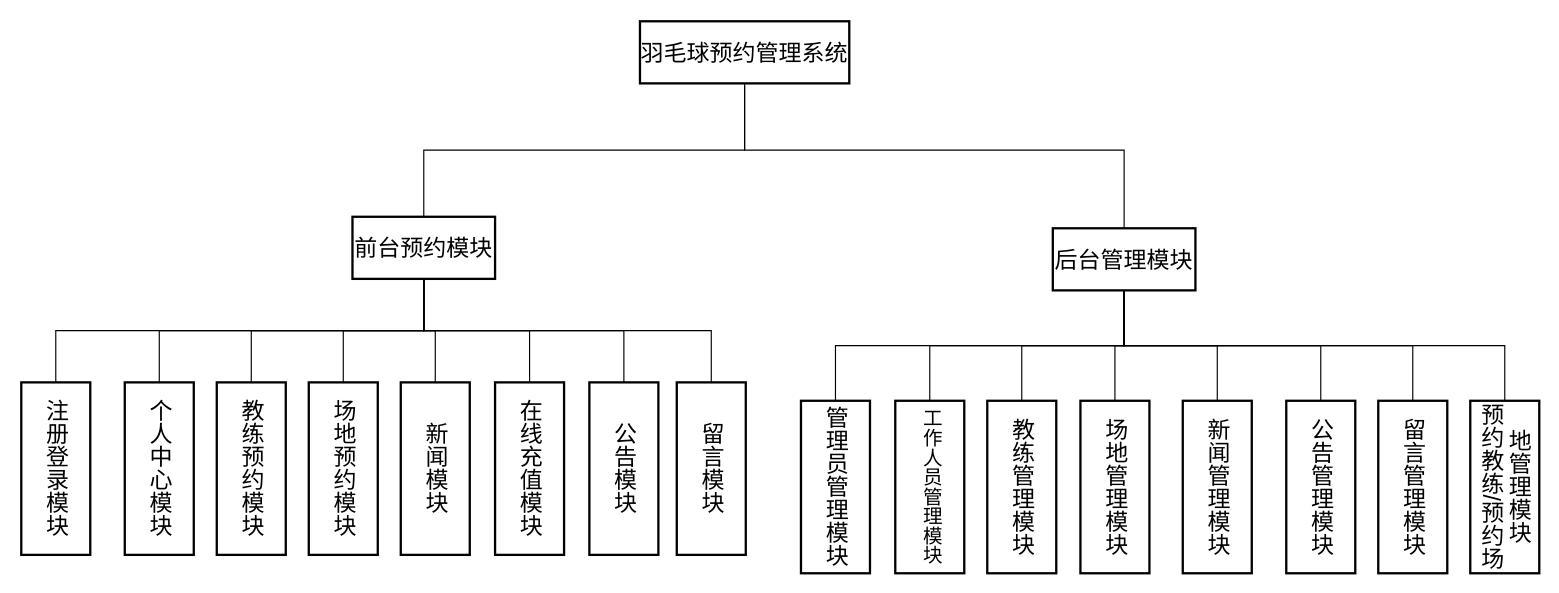
The draw.io diagram page "第 5 页" (5 of 9) of 未命名绘图.drawio in 194568/test1, before the edit. Source tidied: cells renumbered, new cells numbered last; positions are measured from the earlier drawing's top-left corner, leaving out a move shared by most shapes. Both pictures are drawn from the tidied source at 115%, with x=0, y=0 at pixel (21, 21).
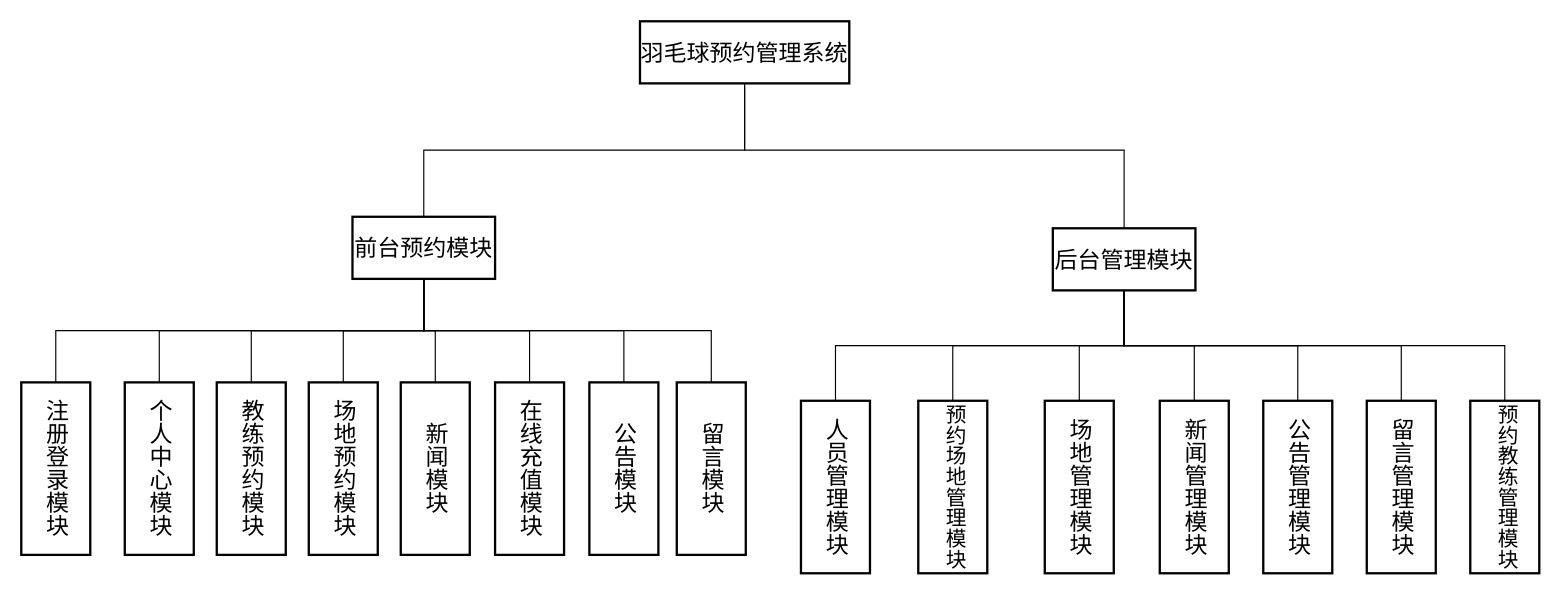
The same page after the edit.

Unchanged cells that the change refers to:
```xml
<mxCell id="22" value="后台管理模块" style="whiteSpace=wrap;strokeWidth=2;fontSize=20;" parent="1" vertex="1">
  <mxGeometry x="897" y="180" width="124" height="54" as="geometry" />
</mxCell>
```

Change to the diagram source:
```diff
@@
-    <mxCell id="14" style="edgeStyle=orthogonalEdgeStyle;rounded=0;jettySize=auto;html=1;entryX=0.5;entryY=0;entryDx=0;entryDy=0;exitX=0.5;exitY=1;exitDx=0;exitDy=0;endArrow=none;endFill=0;" parent="1" edge="1" source="22" target="29">
-      <mxGeometry relative="1" as="geometry" />
-    </mxCell>
-    <mxCell id="15" style="edgeStyle=orthogonalEdgeStyle;rounded=0;jettySize=auto;html=1;entryX=0.5;entryY=0;entryDx=0;entryDy=0;exitX=0.5;exitY=1;exitDx=0;exitDy=0;endArrow=none;endFill=0;" parent="1" edge="1" source="22" target="30">
+    <mxCell id="15" style="edgeStyle=orthogonalEdgeStyle;rounded=0;jettySize=auto;html=1;entryX=0.5;entryY=0;entryDx=0;entryDy=0;exitX=0.5;exitY=1;exitDx=0;exitDy=0;endArrow=none;endFill=0;" parent="1" edge="1" source="22" target="39">
       <mxGeometry relative="1" as="geometry" />
     </mxCell>
@@
-    <mxCell id="29" value="工作人员管理模块" style="whiteSpace=wrap;strokeWidth=2;textDirection=vertical-lr;fontSize=17;" parent="1" vertex="1">
-      <mxGeometry x="760" y="330" width="60" height="150" as="geometry" />
-    </mxCell>
-    <mxCell id="30" value="教练管理模块" style="whiteSpace=wrap;strokeWidth=2;textDirection=vertical-lr;fontSize=20;" parent="1" vertex="1">
-      <mxGeometry x="840" y="330" width="60" height="150" as="geometry" />
-    </mxCell>
     <mxCell id="31" value="场地管理模块" style="whiteSpace=wrap;strokeWidth=2;textDirection=vertical-lr;fontSize=20;" parent="1" vertex="1">
-      <mxGeometry x="921" y="330" width="60" height="150" as="geometry" />
+      <mxGeometry x="890" y="330" width="60" height="150" as="geometry" />
     </mxCell>
@@
-    <mxCell id="33" value="管理员管理模块" style="whiteSpace=wrap;strokeWidth=2;textDirection=vertical-lr;fontSize=20;" parent="1" vertex="1">
+    <mxCell id="33" value="人员管理模块" style="whiteSpace=wrap;strokeWidth=2;textDirection=vertical-lr;fontSize=20;" parent="1" vertex="1">
       <mxGeometry x="678" y="330" width="60" height="150" as="geometry" />
     </mxCell>
     <mxCell id="34" value="新闻管理模块" style="whiteSpace=wrap;strokeWidth=2;textDirection=vertical-lr;fontSize=20;" parent="1" vertex="1">
-      <mxGeometry x="1010" y="330" width="60" height="150" as="geometry" />
+      <mxGeometry x="990" y="330" width="60" height="150" as="geometry" />
     </mxCell>
@@
     <mxCell id="36" value="公告管理模块" style="whiteSpace=wrap;strokeWidth=2;textDirection=vertical-lr;fontSize=20;" parent="1" vertex="1">
-      <mxGeometry x="1100" y="330" width="60" height="150" as="geometry" />
+      <mxGeometry x="1080" y="330" width="60" height="150" as="geometry" />
     </mxCell>
     <mxCell id="37" value="留言管理模块" style="whiteSpace=wrap;strokeWidth=2;textDirection=vertical-lr;fontSize=20;" parent="1" vertex="1">
-      <mxGeometry x="1180" y="330" width="60" height="150" as="geometry" />
+      <mxGeometry x="1170" y="330" width="60" height="150" as="geometry" />
     </mxCell>
-    <mxCell id="38" value="预约教练/预约场地管理模块" style="whiteSpace=wrap;strokeWidth=2;textDirection=vertical-lr;fontSize=20;" parent="1" vertex="1">
+    <mxCell id="38" value="预约教练管理模块" style="whiteSpace=wrap;strokeWidth=2;textDirection=vertical-lr;fontSize=18;" parent="1" vertex="1">
       <mxGeometry x="1260" y="330" width="60" height="150" as="geometry" />
     </mxCell>
+    <mxCell id="39" value="预约场地管理模块" style="whiteSpace=wrap;strokeWidth=2;textDirection=vertical-lr;fontSize=18;" parent="1" vertex="1">
+      <mxGeometry x="780" y="330" width="60" height="150" as="geometry" />
+    </mxCell>
```
